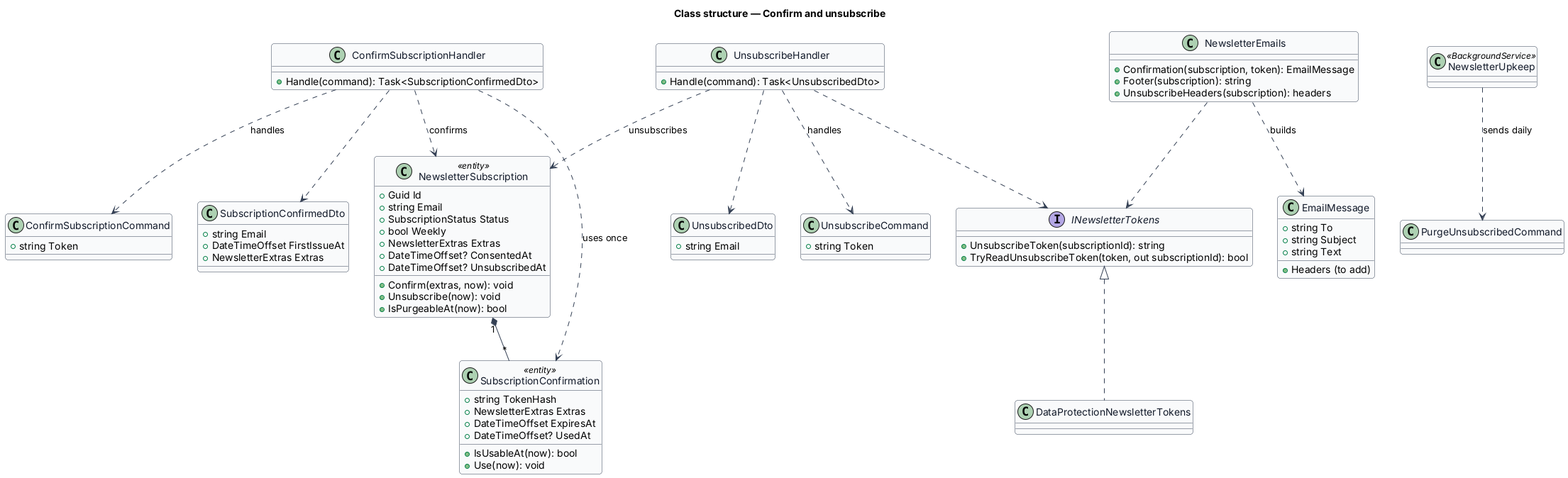
QuinntyneBrown/christian-fitness keeps this PlantUML diagram as docs/detailed-designs/news/confirm-and-unsubscribe/diagrams/class.png. Above is the earlier version. Its source is kept beside it as docs/detailed-designs/news/confirm-and-unsubscribe/diagrams/class.puml.
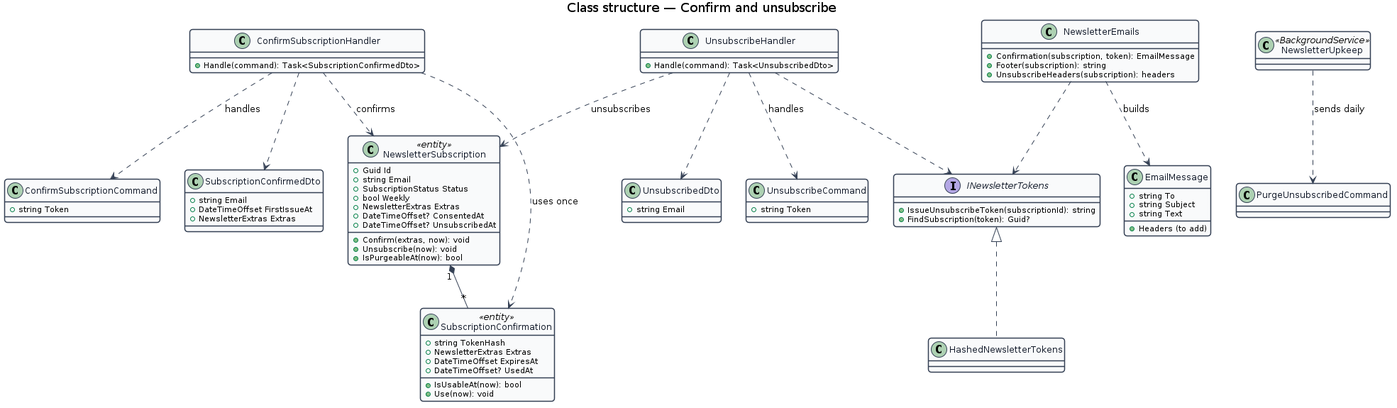
Above is the later version.

What changed in the source:
```diff
@@ -52,10 +52,10 @@
   +string Email
 }
 interface INewsletterTokens {
-  +UnsubscribeToken(subscriptionId): string
-  +TryReadUnsubscribeToken(token, out subscriptionId): bool
+  +IssueUnsubscribeToken(subscriptionId): string
+  +FindSubscription(token): Guid?
 }
-class DataProtectionNewsletterTokens
+class HashedNewsletterTokens
 class NewsletterEmails {
   +Confirmation(subscription, token): EmailMessage
   +Footer(subscription): string
@@ -78,7 +78,7 @@
 UnsubscribeHandler ..> INewsletterTokens
 UnsubscribeHandler ..> NewsletterSubscription : unsubscribes
 UnsubscribeHandler ..> UnsubscribedDto
-INewsletterTokens <|.. DataProtectionNewsletterTokens
+INewsletterTokens <|.. HashedNewsletterTokens
 NewsletterEmails ..> INewsletterTokens
 NewsletterEmails ..> EmailMessage : builds
 NewsletterUpkeep ..> PurgeUnsubscribedCommand : sends daily
```
